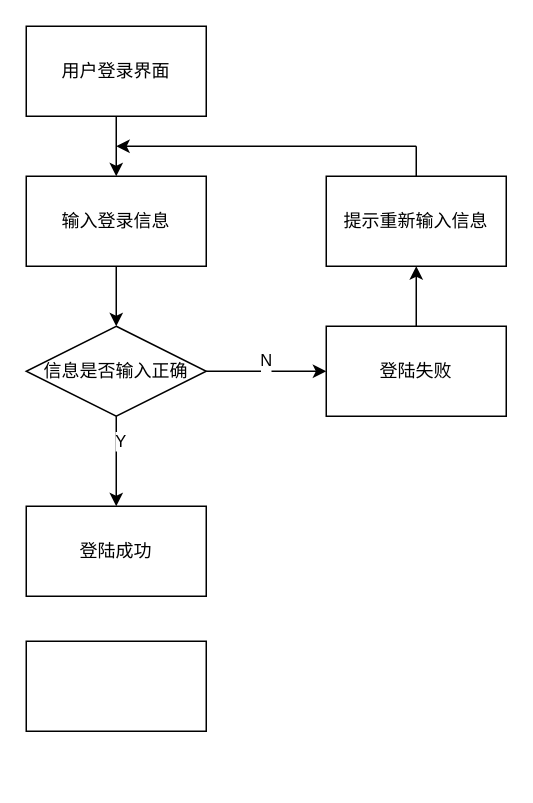
Earlier version of the draw.io diagram 未命名绘图.drawio (TsukumoYukari/iodraw-files). Source tidied: cells renumbered, new cells numbered last; positions are measured from the earlier drawing's top-left corner, leaving out a move shared by most shapes. Both pictures are drawn from the tidied source at 150%, with x=0, y=0 at pixel (26, 26).
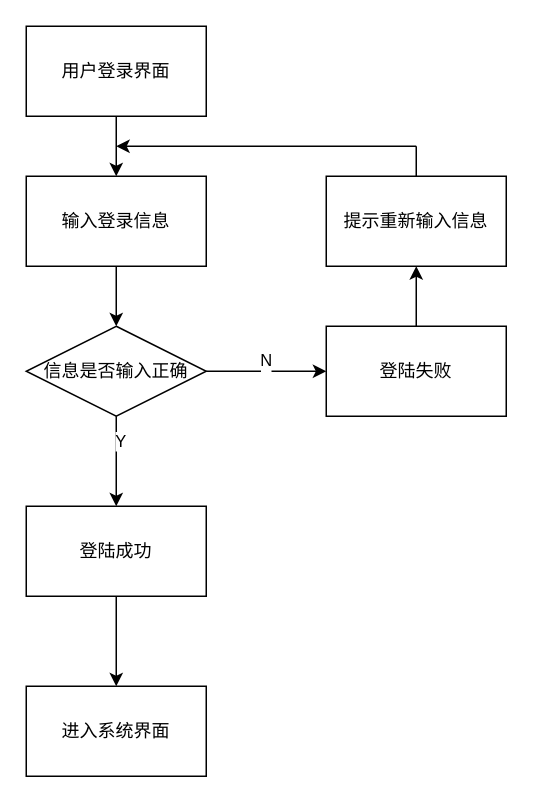
The same diagram, later.

Commit message:
更新未命名绘图.drawio

The change refers to these unchanged cells:
```xml
<mxCell id="15" value="登陆成功" style="rounded=0;whiteSpace=wrap;html=1;" parent="1" vertex="1">
  <mxGeometry y="320" width="120" height="60" as="geometry" />
</mxCell>
```

Diff of the diagram source:
```diff
@@
-    <mxCell id="16" style="rounded=0;whiteSpace=wrap;html=1;" parent="1" vertex="1">
-      <mxGeometry y="410" width="120" height="60" as="geometry" />
+    <mxCell id="16" value="进入系统界面" style="rounded=0;whiteSpace=wrap;html=1;" parent="1" vertex="1">
+      <mxGeometry y="440" width="120" height="60" as="geometry" />
     </mxCell>
+    <mxCell id="17" style="endArrow=classic;html=1;rounded=0;exitX=0.5;exitY=1;exitDx=0;exitDy=0;entryX=0.5;entryY=0;entryDx=0;entryDy=0;" parent="1" edge="1" source="15" target="16">
+      <mxGeometry relative="1" as="geometry" />
+    </mxCell>
```
